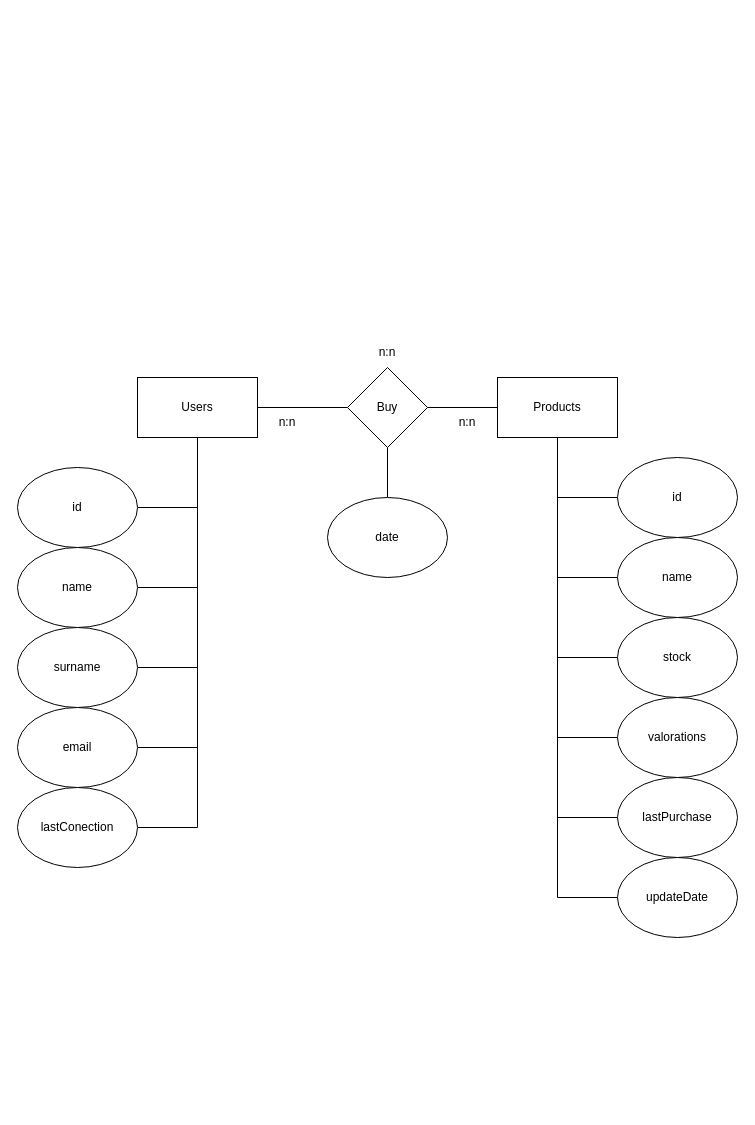
The draw.io diagram page "Página-1" (1 of 2) of modelos BBDD.drawio in Rakions/proyecto-final, before the edit. Source tidied: cells renumbered, new cells numbered last; positions are measured from the earlier drawing's top-left corner, leaving out a move shared by most shapes. Both pictures are drawn from the tidied source at 100%, with x=0, y=0 at pixel (17, 337).
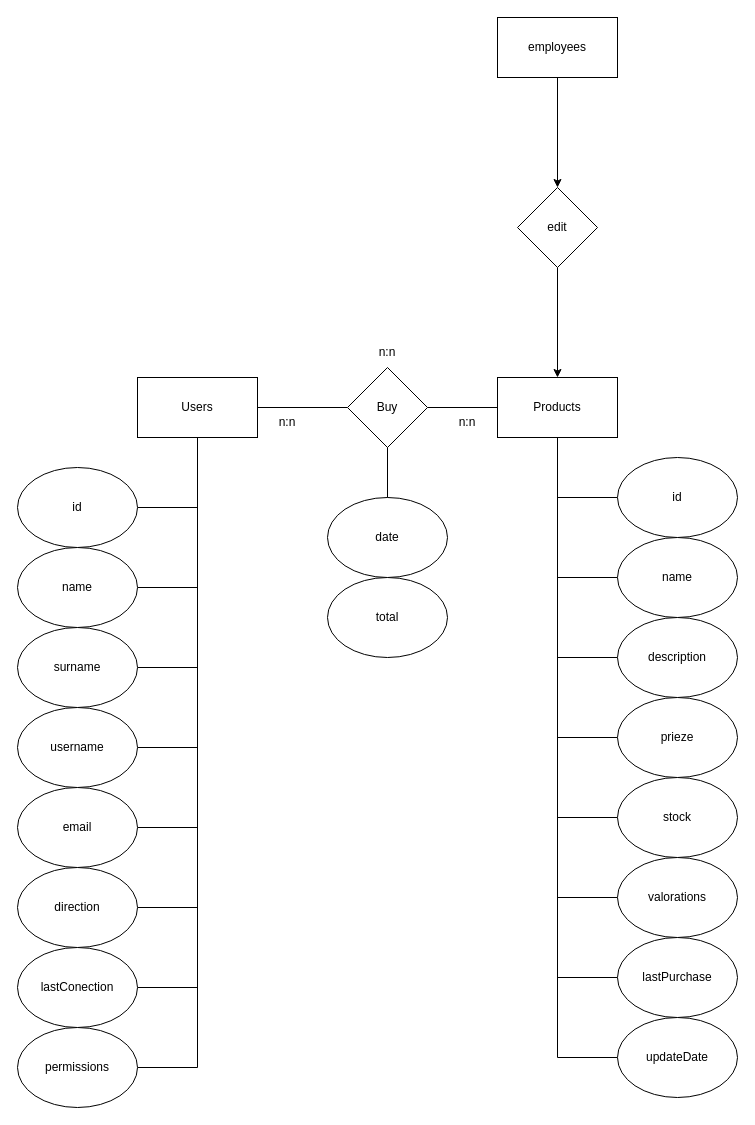
After the change.

The change refers to these unchanged cells:
```xml
<mxCell id="8" value="Users" style="rounded=0;whiteSpace=wrap;html=1;" parent="1" vertex="1">
  <mxGeometry x="120" y="40" width="120" height="60" as="geometry" />
</mxCell>
<mxCell id="15" value="Products" style="rounded=0;whiteSpace=wrap;html=1;" parent="1" vertex="1">
  <mxGeometry x="480" y="40" width="120" height="60" as="geometry" />
</mxCell>
<mxCell id="18" value="Buy" style="rhombus;whiteSpace=wrap;html=1;" parent="1" vertex="1">
  <mxGeometry x="330" y="30" width="80" height="80" as="geometry" />
</mxCell>
```

Change to the diagram source:
```diff
@@
+    <mxCell id="34" style="edgeStyle=orthogonalEdgeStyle;rounded=0;jettySize=auto;html=1;exitX=0.5;exitY=1;exitDx=0;exitDy=0;entryX=1;entryY=0.5;entryDx=0;entryDy=0;endArrow=none;endFill=0;" parent="1" edge="1" source="8" target="42">
+      <mxGeometry relative="1" as="geometry" />
+    </mxCell>
+    <mxCell id="35" style="edgeStyle=orthogonalEdgeStyle;rounded=0;jettySize=auto;html=1;exitX=0.5;exitY=1;exitDx=0;exitDy=0;entryX=1;entryY=0.5;entryDx=0;entryDy=0;endArrow=none;endFill=0;" parent="1" edge="1" source="8" target="43">
+      <mxGeometry relative="1" as="geometry" />
+    </mxCell>
+    <mxCell id="36" style="edgeStyle=orthogonalEdgeStyle;rounded=0;jettySize=auto;html=1;exitX=0.5;exitY=1;exitDx=0;exitDy=0;entryX=1;entryY=0.5;entryDx=0;entryDy=0;endArrow=none;endFill=0;" parent="1" edge="1" source="8" target="45">
+      <mxGeometry relative="1" as="geometry" />
+    </mxCell>
@@
+    <mxCell id="37" style="edgeStyle=orthogonalEdgeStyle;rounded=0;jettySize=auto;html=1;exitX=0.5;exitY=1;exitDx=0;exitDy=0;entryX=0;entryY=0.5;entryDx=0;entryDy=0;endArrow=none;endFill=0;" parent="1" edge="1" source="15" target="40">
+      <mxGeometry relative="1" as="geometry" />
+    </mxCell>
+    <mxCell id="38" style="edgeStyle=orthogonalEdgeStyle;rounded=0;jettySize=auto;html=1;exitX=0.5;exitY=1;exitDx=0;exitDy=0;entryX=0;entryY=0.5;entryDx=0;entryDy=0;endArrow=none;endFill=0;" parent="1" edge="1" source="15" target="41">
+      <mxGeometry relative="1" as="geometry" />
+    </mxCell>
@@
+    <mxCell id="39" style="edgeStyle=orthogonalEdgeStyle;rounded=0;jettySize=auto;html=1;exitX=0.5;exitY=1;exitDx=0;exitDy=0;entryX=0.5;entryY=0;entryDx=0;entryDy=0;endArrow=none;endFill=0;" parent="1" edge="1" source="18" target="44">
+      <mxGeometry relative="1" as="geometry" />
+    </mxCell>
@@
     <mxCell id="22" value="email" style="ellipse;whiteSpace=wrap;html=1;" parent="1" vertex="1">
-      <mxGeometry y="370" width="120" height="80" as="geometry" />
+      <mxGeometry y="450" width="120" height="80" as="geometry" />
     </mxCell>
     <mxCell id="23" value="lastConection" style="ellipse;whiteSpace=wrap;html=1;" parent="1" vertex="1">
-      <mxGeometry y="450" width="120" height="80" as="geometry" />
+      <mxGeometry y="610" width="120" height="80" as="geometry" />
     </mxCell>
@@
     <mxCell id="30" value="stock" style="ellipse;whiteSpace=wrap;html=1;" parent="1" vertex="1">
-      <mxGeometry x="600" y="280" width="120" height="80" as="geometry" />
+      <mxGeometry x="600" y="440" width="120" height="80" as="geometry" />
     </mxCell>
     <mxCell id="31" value="valorations" style="ellipse;whiteSpace=wrap;html=1;" parent="1" vertex="1">
-      <mxGeometry x="600" y="360" width="120" height="80" as="geometry" />
+      <mxGeometry x="600" y="520" width="120" height="80" as="geometry" />
     </mxCell>
     <mxCell id="32" value="lastPurchase" style="ellipse;whiteSpace=wrap;html=1;" parent="1" vertex="1">
-      <mxGeometry x="600" y="440" width="120" height="80" as="geometry" />
+      <mxGeometry x="600" y="600" width="120" height="80" as="geometry" />
     </mxCell>
     <mxCell id="33" value="updateDate" style="ellipse;whiteSpace=wrap;html=1;" parent="1" vertex="1">
-      <mxGeometry x="600" y="520" width="120" height="80" as="geometry" />
+      <mxGeometry x="600" y="680" width="120" height="80" as="geometry" />
     </mxCell>
+    <mxCell id="40" value="prieze" style="ellipse;whiteSpace=wrap;html=1;" parent="1" vertex="1">
+      <mxGeometry x="600" y="360" width="120" height="80" as="geometry" />
+    </mxCell>
+    <mxCell id="41" value="description" style="ellipse;whiteSpace=wrap;html=1;" parent="1" vertex="1">
+      <mxGeometry x="600" y="280" width="120" height="80" as="geometry" />
+    </mxCell>
+    <mxCell id="42" value="username" style="ellipse;whiteSpace=wrap;html=1;" parent="1" vertex="1">
+      <mxGeometry y="370" width="120" height="80" as="geometry" />
+    </mxCell>
+    <mxCell id="43" value="direction" style="ellipse;whiteSpace=wrap;html=1;" parent="1" vertex="1">
+      <mxGeometry y="530" width="120" height="80" as="geometry" />
+    </mxCell>
+    <mxCell id="44" value="total" style="ellipse;whiteSpace=wrap;html=1;" parent="1" vertex="1">
+      <mxGeometry x="310" y="240" width="120" height="80" as="geometry" />
+    </mxCell>
+    <mxCell id="45" value="permissions" style="ellipse;whiteSpace=wrap;html=1;" parent="1" vertex="1">
+      <mxGeometry y="690" width="120" height="80" as="geometry" />
+    </mxCell>
+    <mxCell id="46" style="edgeStyle=orthogonalEdgeStyle;rounded=0;jettySize=auto;html=1;exitX=0.5;exitY=1;exitDx=0;exitDy=0;entryX=0.5;entryY=0;entryDx=0;entryDy=0;" parent="1" edge="1" source="47" target="49">
+      <mxGeometry relative="1" as="geometry" />
+    </mxCell>
+    <mxCell id="47" value="employees" style="rounded=0;whiteSpace=wrap;html=1;" parent="1" vertex="1">
+      <mxGeometry x="480" y="-320" width="120" height="60" as="geometry" />
+    </mxCell>
+    <mxCell id="48" style="edgeStyle=orthogonalEdgeStyle;rounded=0;jettySize=auto;html=1;exitX=0.5;exitY=1;exitDx=0;exitDy=0;entryX=0.5;entryY=0;entryDx=0;entryDy=0;" parent="1" edge="1" source="49" target="15">
+      <mxGeometry relative="1" as="geometry" />
+    </mxCell>
+    <mxCell id="49" value="edit" style="rhombus;whiteSpace=wrap;html=1;" parent="1" vertex="1">
+      <mxGeometry x="500" y="-150" width="80" height="80" as="geometry" />
+    </mxCell>
```
